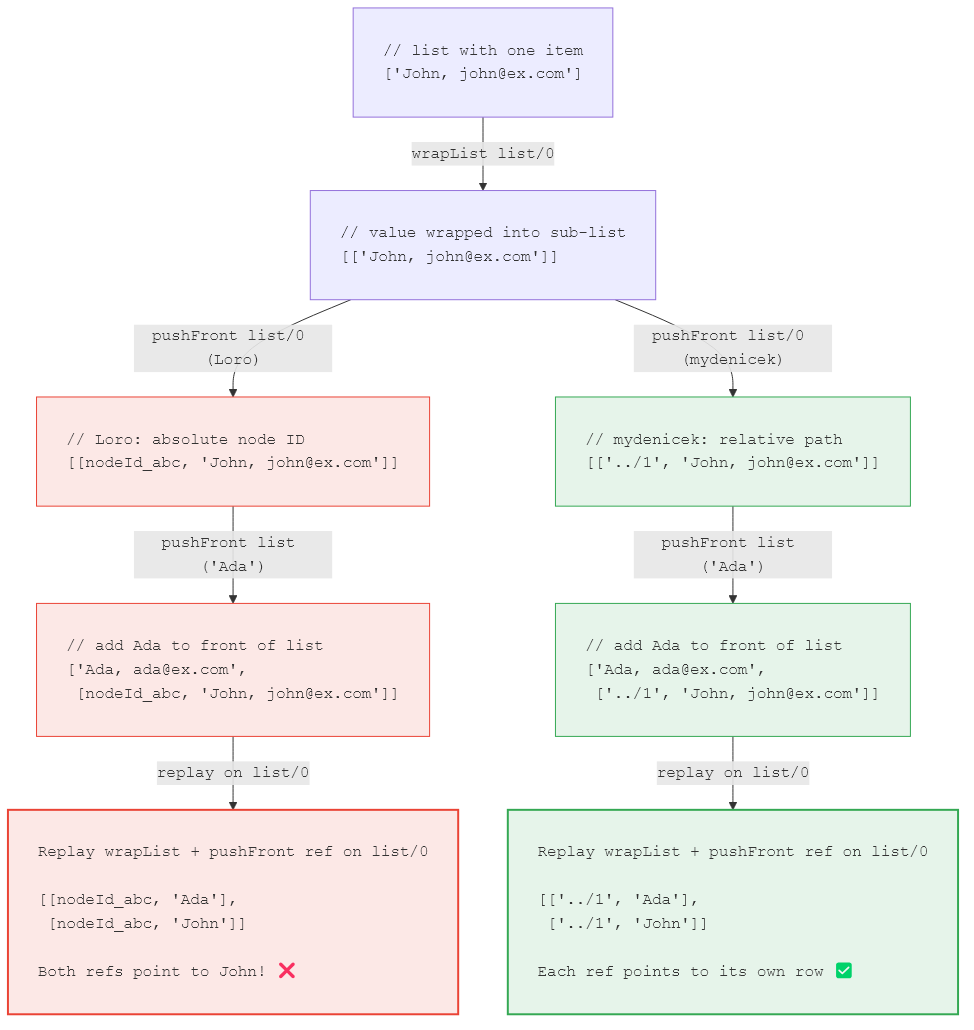
Before: img/retargeting.png, a diagram exported from Mermaid (krsion/master-thesis). Its source is kept beside it as img/retargeting.mmd.
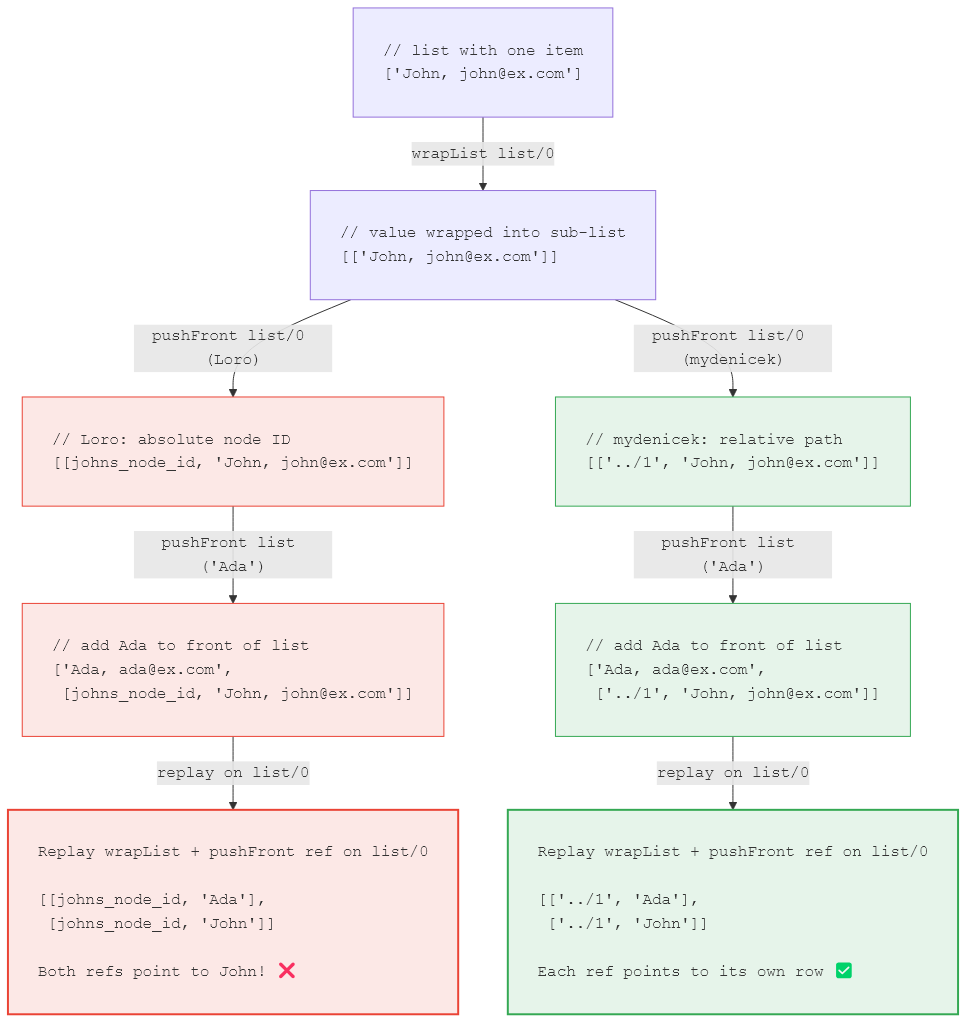
The same diagram one commit later.

Commit message:
Rename nodeId_abc to johns_node_id in retargeting diagram

The edit, as a diff of the source:
```diff
@@ -14,7 +14,7 @@
 
     LORO1["<pre style='text-align:left'>
 // Loro: absolute node ID
-[[nodeId_abc, 'John, john@ex.com']]
+[[johns_node_id, 'John, john@ex.com']]
 </pre>"]
 
     CUSTOM1["<pre style='text-align:left'>
@@ -28,7 +28,7 @@
     LORO2["<pre style='text-align:left'>
 // add Ada to front of list
 ['Ada, ada@ex.com',
- [nodeId_abc, 'John, john@ex.com']]
+ [johns_node_id, 'John, john@ex.com']]
 </pre>"]
 
     CUSTOM2["<pre style='text-align:left'>
@@ -43,8 +43,8 @@
     RL["<pre style='text-align:left'>
 Replay wrapList + pushFront ref on list/0
 
-[[nodeId_abc, 'Ada'],
- [nodeId_abc, 'John']]
+[[johns_node_id, 'Ada'],
+ [johns_node_id, 'John']]
 
 Both refs point to John! ❌
 </pre>"]
```
